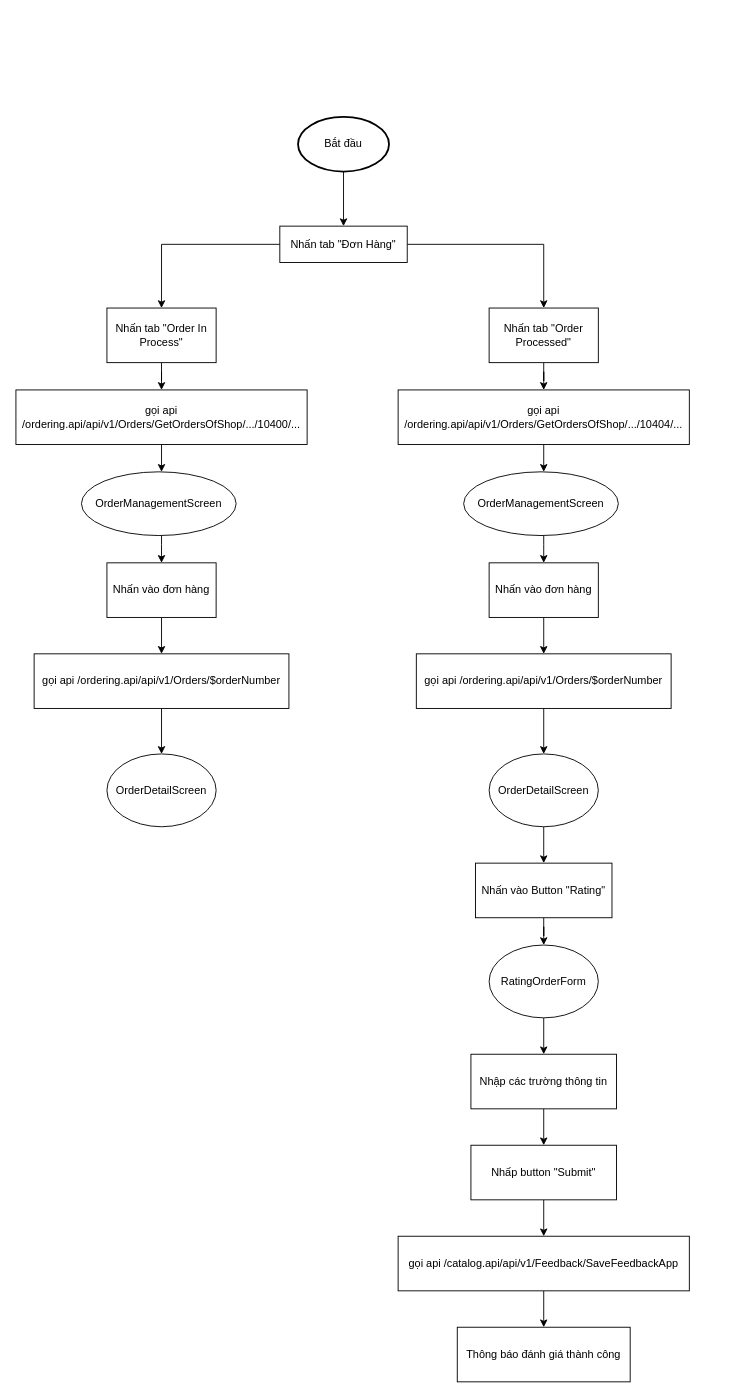
Earlier version of the draw.io diagram page "Flowchart" (1 of 4) of OrderManagement Diagram.drawio (Alars99/diagram). Source tidied: cells renumbered, new cells numbered last; positions are measured from the earlier drawing's top-left corner, leaving out a move shared by most shapes. Both pictures are drawn from the tidied source at 91%, with x=0, y=0 at pixel (15, 116).
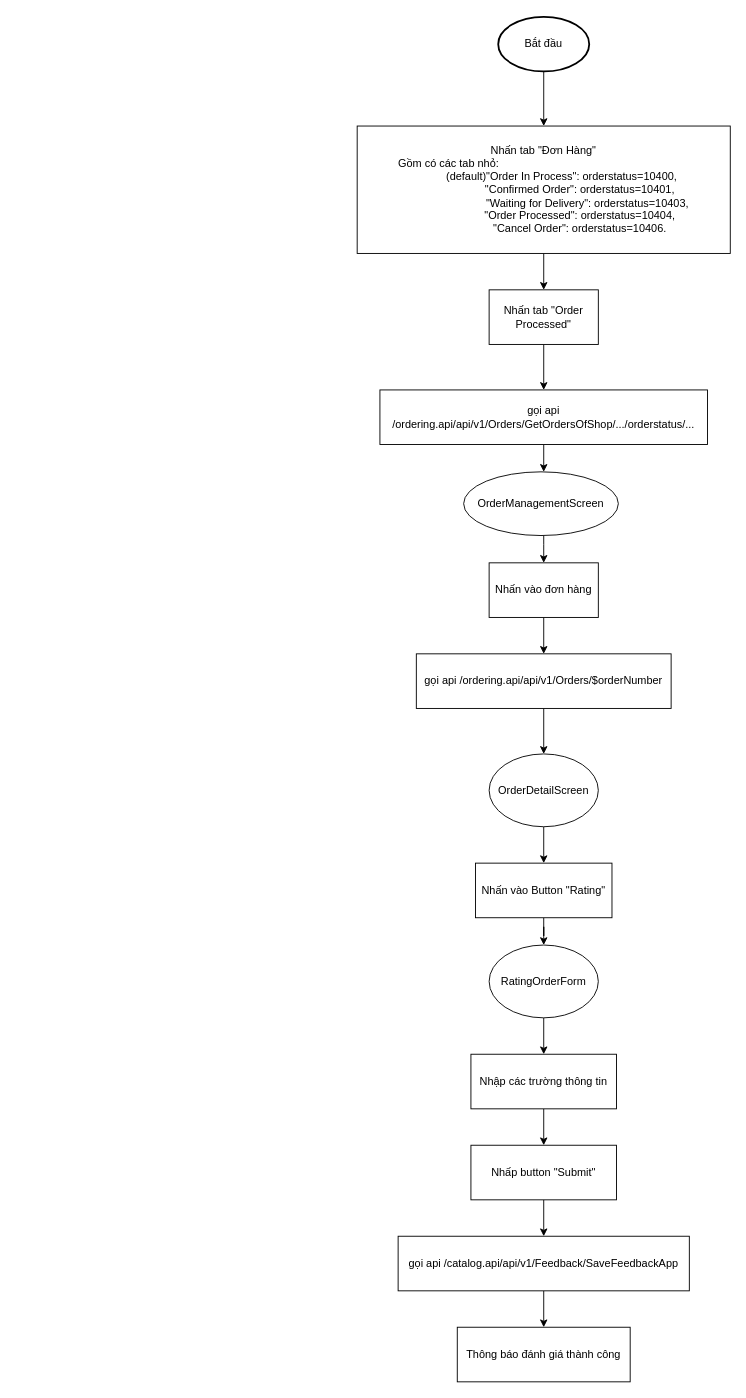
The same page after the edit.

Diff of the diagram source:
```diff
@@
-    <mxCell id="2" style="edgeStyle=orthogonalEdgeStyle;rounded=0;jettySize=auto;html=1;" parent="1" edge="1" source="4" target="8">
-      <mxGeometry relative="1" as="geometry" />
-    </mxCell>
@@
-    <mxCell id="4" value="Nhấn tab &quot;Đơn Hàng&quot;" style="rounded=0;whiteSpace=wrap;html=1;fontSize=12;glass=0;strokeWidth=1;shadow=0;" parent="1" vertex="1">
-      <mxGeometry x="290" y="120" width="140" height="40" as="geometry" />
+    <mxCell id="4" value="&lt;div&gt;&lt;span&gt;Nhấn tab &quot;Đơn Hàng&quot;&lt;/span&gt;&lt;/div&gt;&lt;div style=&quot;text-align: left&quot;&gt;&lt;span&gt;Gồm có các tab nhỏ:&amp;nbsp;&lt;/span&gt;&lt;/div&gt;&lt;blockquote style=&quot;margin: 0 0 0 40px ; border: none ; padding: 0px&quot;&gt;&lt;div style=&quot;text-align: center&quot;&gt;(default)&quot;Order In Process&quot;: orderstatus=10400,&lt;/div&gt;&lt;/blockquote&gt;&lt;blockquote style=&quot;margin: 0 0 0 40px ; border: none ; padding: 0px&quot;&gt;&lt;blockquote style=&quot;margin: 0 0 0 40px ; border: none ; padding: 0px&quot;&gt;&lt;span&gt;&quot;Confirmed Order&quot;:&amp;nbsp;&lt;/span&gt;&lt;span&gt;orderstatus=10401,&lt;/span&gt;&lt;/blockquote&gt;&lt;/blockquote&gt;&lt;blockquote style=&quot;margin: 0 0 0 40px ; border: none ; padding: 0px&quot;&gt;&lt;blockquote style=&quot;margin: 0 0 0 40px ; border: none ; padding: 0px&quot;&gt;&lt;span&gt;&amp;nbsp; &amp;nbsp; &amp;nbsp;&quot;Waiting for Delivery&quot;:&amp;nbsp;&lt;/span&gt;&lt;span&gt;orderstatus=10403,&lt;/span&gt;&lt;/blockquote&gt;&lt;/blockquote&gt;&lt;blockquote style=&quot;margin: 0 0 0 40px ; border: none ; padding: 0px&quot;&gt;&lt;blockquote style=&quot;margin: 0 0 0 40px ; border: none ; padding: 0px&quot;&gt;&lt;span&gt;&quot;&lt;/span&gt;Order Processed&lt;span&gt;&quot;:&amp;nbsp;&lt;/span&gt;&lt;span&gt;orderstatus=10404,&lt;/span&gt;&lt;br&gt;&lt;/blockquote&gt;&lt;blockquote style=&quot;margin: 0 0 0 40px ; border: none ; padding: 0px&quot;&gt;&lt;span&gt;&quot;&lt;/span&gt;Cancel Order&lt;span&gt;&quot;:&amp;nbsp;&lt;/span&gt;&lt;span&gt;orderstatus=10406.&lt;/span&gt;&lt;br&gt;&lt;/blockquote&gt;&lt;/blockquote&gt;" style="rounded=0;whiteSpace=wrap;html=1;fontSize=12;glass=0;strokeWidth=1;shadow=0;" parent="1" vertex="1">
+      <mxGeometry x="375" y="10" width="410" height="140" as="geometry" />
     </mxCell>
@@
     <mxCell id="6" value="Bắt đầu" style="strokeWidth=2;html=1;shape=mxgraph.flowchart.start_1;whiteSpace=wrap;" parent="1" vertex="1">
-      <mxGeometry x="310" width="100" height="60" as="geometry" />
+      <mxGeometry x="530" y="-110" width="100" height="60" as="geometry" />
     </mxCell>
-    <mxCell id="7" style="edgeStyle=orthogonalEdgeStyle;rounded=0;jettySize=auto;html=1;" parent="1" edge="1" source="8" target="14">
-      <mxGeometry relative="1" as="geometry" />
-    </mxCell>
-    <mxCell id="8" value="Nhấn tab &quot;Order In Process&quot;" style="rounded=0;whiteSpace=wrap;html=1;" parent="1" vertex="1">
-      <mxGeometry x="100" y="210" width="120" height="60" as="geometry" />
-    </mxCell>
-    <mxCell id="9" style="edgeStyle=orthogonalEdgeStyle;rounded=0;jettySize=auto;html=1;" parent="1" edge="1" source="19" target="12">
-      <mxGeometry relative="1" as="geometry">
-        <Array as="points">
-          <mxPoint x="160" y="470" />
-          <mxPoint x="160" y="470" />
-        </Array>
-      </mxGeometry>
-    </mxCell>
-    <mxCell id="10" value="OrderDetailScreen" style="ellipse;whiteSpace=wrap;html=1;rounded=0;" parent="1" vertex="1">
-      <mxGeometry x="100" y="700" width="120" height="80" as="geometry" />
-    </mxCell>
-    <mxCell id="11" style="edgeStyle=orthogonalEdgeStyle;rounded=0;jettySize=auto;html=1;" parent="1" edge="1" source="12" target="16">
-      <mxGeometry relative="1" as="geometry" />
-    </mxCell>
-    <mxCell id="12" value="Nhấn vào đơn hàng" style="rounded=0;whiteSpace=wrap;html=1;" parent="1" vertex="1">
-      <mxGeometry x="100" y="490" width="120" height="60" as="geometry" />
-    </mxCell>
-    <mxCell id="13" style="edgeStyle=orthogonalEdgeStyle;rounded=0;jettySize=auto;html=1;" parent="1" edge="1" source="14" target="19">
-      <mxGeometry relative="1" as="geometry">
-        <Array as="points">
-          <mxPoint x="160" y="430" />
-        </Array>
-      </mxGeometry>
-    </mxCell>
-    <mxCell id="14" value="gọi api /ordering.api/api/v1/Orders/GetOrdersOfShop/.../10400/..." style="rounded=0;whiteSpace=wrap;html=1;" parent="1" vertex="1">
-      <mxGeometry y="300" width="320" height="60" as="geometry" />
-    </mxCell>
-    <mxCell id="15" style="edgeStyle=orthogonalEdgeStyle;rounded=0;jettySize=auto;html=1;" parent="1" edge="1" source="16" target="10">
-      <mxGeometry relative="1" as="geometry" />
-    </mxCell>
-    <mxCell id="16" value="gọi api&amp;nbsp;/ordering.api/api/v1/Orders/$orderNumber" style="rounded=0;whiteSpace=wrap;html=1;" parent="1" vertex="1">
-      <mxGeometry x="20" y="590" width="280" height="60" as="geometry" />
-    </mxCell>
@@
     <mxCell id="18" value="Nhấn tab &quot;Order Processed&quot;" style="rounded=0;whiteSpace=wrap;html=1;" parent="1" vertex="1">
-      <mxGeometry x="520" y="210" width="120" height="60" as="geometry" />
+      <mxGeometry x="520" y="190" width="120" height="60" as="geometry" />
     </mxCell>
-    <mxCell id="19" value="OrderManagementScreen" style="ellipse;whiteSpace=wrap;html=1;rounded=0;" parent="1" vertex="1">
-      <mxGeometry x="72" y="390" width="170" height="70" as="geometry" />
-    </mxCell>
@@
-    <mxCell id="26" value="gọi api /ordering.api/api/v1/Orders/GetOrdersOfShop/.../10404/..." style="rounded=0;whiteSpace=wrap;html=1;" parent="1" vertex="1">
-      <mxGeometry x="420" y="300" width="320" height="60" as="geometry" />
+    <mxCell id="26" value="gọi api /ordering.api/api/v1/Orders/GetOrdersOfShop/.../orderstatus/..." style="rounded=0;whiteSpace=wrap;html=1;" parent="1" vertex="1">
+      <mxGeometry x="400" y="300" width="360" height="60" as="geometry" />
     </mxCell>
```
